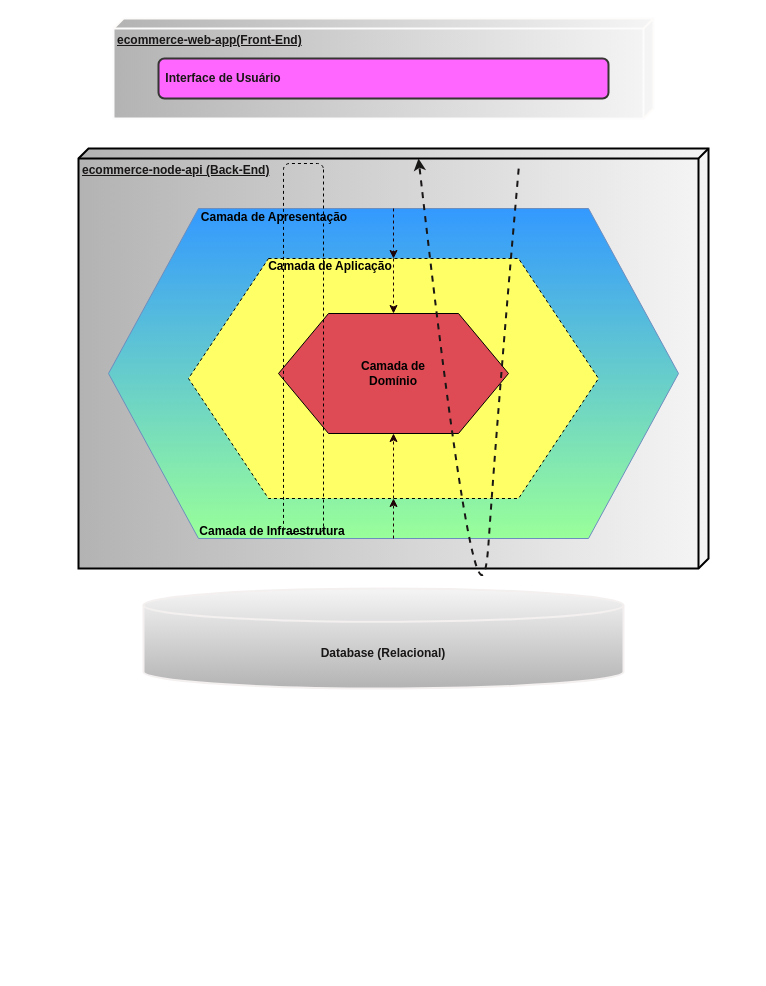
Above: page "Arquitetura Hexagonal" (2 of 2) of requirements/ecommerce-arquitetura.drawio in AdsonVicente/ecommerce-node-api (draw.io), before the change. Source tidied: cells renumbered, new cells numbered last; positions are measured from the earlier drawing's top-left corner, leaving out a move shared by most shapes. Both pictures are drawn from the tidied source at 100%, with x=0, y=0 at pixel (78, 18).
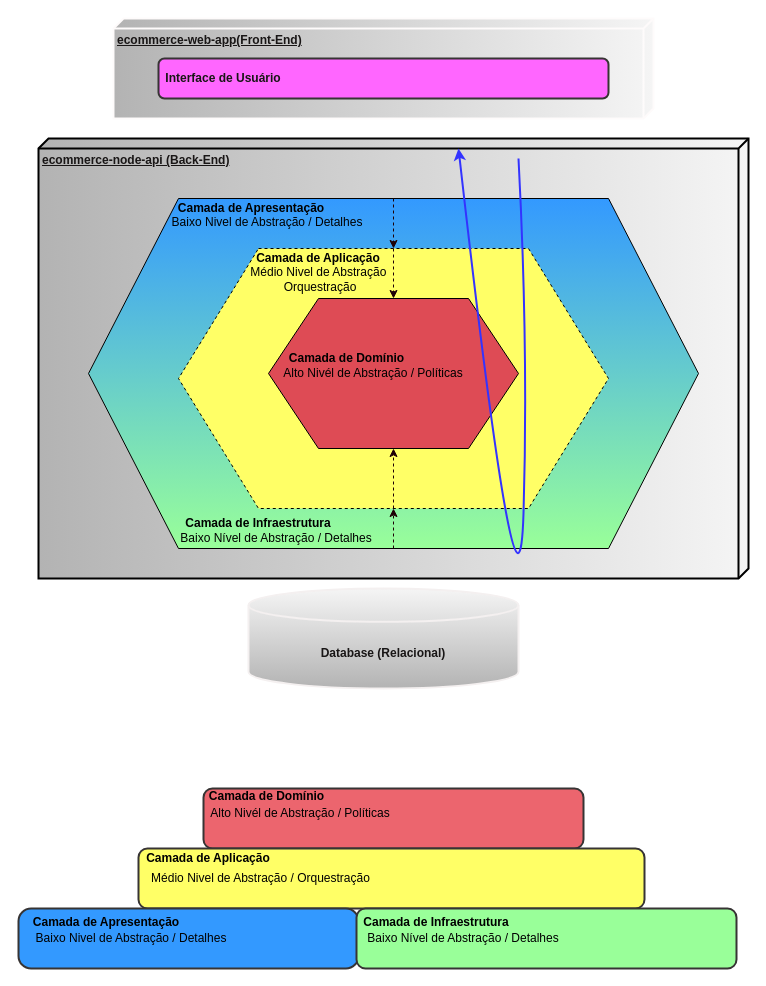
The same page after the edit.

Change to the diagram source:
```diff
@@
     <mxCell id="2" value="ecommerce-node-api (Back-End)" style="verticalAlign=top;align=left;spacingTop=8;spacingLeft=2;spacingRight=12;shape=cube;size=10;direction=south;fontStyle=5;html=1;strokeWidth=2;strokeColor=default;fillColor=#f5f5f5;gradientColor=#b3b3b3;fontColor=#191616;" parent="1" vertex="1">
-      <mxGeometry y="130" width="630" height="420" as="geometry" />
+      <mxGeometry x="-40" y="120" width="710" height="440" as="geometry" />
     </mxCell>
@@
     <mxCell id="4" style="strokeWidth=2;html=1;shape=mxgraph.flowchart.database;whiteSpace=wrap;strokeColor=#f4f0f0;fillColor=#f5f5f5;gradientColor=#b3b3b3;" parent="1" vertex="1">
-      <mxGeometry x="65" y="570" width="480" height="100" as="geometry" />
+      <mxGeometry x="170" y="570" width="270" height="100" as="geometry" />
     </mxCell>
@@
-    <mxCell id="8" style="shape=hexagon;perimeter=hexagonPerimeter2;whiteSpace=wrap;html=1;fixedSize=1;fillColor=#3399FF;size=90;gradientColor=#99FF99;strokeColor=#6c8ebf;" parent="1" vertex="1">
-      <mxGeometry x="30" y="190" width="570" height="330" as="geometry" />
+    <mxCell id="8" style="shape=hexagon;perimeter=hexagonPerimeter2;whiteSpace=wrap;html=1;fixedSize=1;fillColor=#3399FF;size=90;gradientColor=#99FF99;strokeColor=#000000;" parent="1" vertex="1">
+      <mxGeometry x="10" y="180" width="610" height="350" as="geometry" />
     </mxCell>
     <mxCell id="9" style="shape=hexagon;perimeter=hexagonPerimeter2;whiteSpace=wrap;html=1;fixedSize=1;fontColor=#000000;fillColor=#FFFF66;size=80;dashed=1;strokeColor=#000000;" parent="1" vertex="1">
-      <mxGeometry x="110" y="240" width="410" height="240" as="geometry" />
+      <mxGeometry x="100" y="230" width="430" height="260" as="geometry" />
     </mxCell>
-    <mxCell id="10" style="shape=hexagon;perimeter=hexagonPerimeter2;whiteSpace=wrap;html=1;fixedSize=1;fontColor=#000000;fillColor=#DE4B55;size=50;" parent="1" vertex="1">
-      <mxGeometry x="200" y="295" width="230" height="120" as="geometry" />
+    <mxCell id="10" style="shape=hexagon;perimeter=hexagonPerimeter2;whiteSpace=wrap;html=1;fixedSize=1;fontColor=#000000;fillColor=#DE4B55;size=50;strokeColor=#000000;" parent="1" vertex="1">
+      <mxGeometry x="190" y="280" width="250" height="150" as="geometry" />
     </mxCell>
     <mxCell id="11" value="Camada de Domínio" style="text;html=1;strokeColor=none;fillColor=none;align=center;verticalAlign=middle;whiteSpace=wrap;rounded=0;fontColor=#000000;fontStyle=1;" parent="1" vertex="1">
-      <mxGeometry x="270" y="340" width="90" height="30" as="geometry" />
+      <mxGeometry x="197" y="325" width="143" height="30" as="geometry" />
     </mxCell>
     <mxCell id="12" value="Camada de Aplicação" style="text;html=1;strokeColor=none;fillColor=none;align=center;verticalAlign=middle;whiteSpace=wrap;rounded=0;fontColor=#000000;fontStyle=1;" parent="1" vertex="1">
-      <mxGeometry x="187" y="233" width="130" height="30" as="geometry" />
+      <mxGeometry x="175" y="225" width="130" height="30" as="geometry" />
     </mxCell>
     <mxCell id="13" value="Camada de Apresentação" style="text;html=1;strokeColor=none;fillColor=none;align=center;verticalAlign=middle;whiteSpace=wrap;rounded=0;fontColor=#000000;fontStyle=1;" parent="1" vertex="1">
-      <mxGeometry x="116" y="184" width="160" height="30" as="geometry" />
+      <mxGeometry x="93" y="175" width="160" height="30" as="geometry" />
     </mxCell>
     <mxCell id="14" value="Camada de Infraestrutura" style="text;html=1;strokeColor=none;fillColor=none;align=center;verticalAlign=middle;whiteSpace=wrap;rounded=0;fontColor=#000000;fontStyle=1;" parent="1" vertex="1">
-      <mxGeometry x="114" y="498" width="160" height="30" as="geometry" />
+      <mxGeometry x="100" y="490" width="160" height="30" as="geometry" />
     </mxCell>
@@
-    <mxCell id="19" style="curved=1;endArrow=classic;html=1;dashed=1;strokeColor=#191616;strokeWidth=2;fontColor=#191616;exitX=0.024;exitY=0.333;exitDx=0;exitDy=0;exitPerimeter=0;entryX=0;entryY=0;entryDx=0;entryDy=310;entryPerimeter=0;" parent="1" edge="1">
-      <mxGeometry relative="1" as="geometry">
-        <mxPoint x="440.2" y="150.1" as="sourcePoint" />
-        <mxPoint x="340" y="140" as="targetPoint" />
-        <Array as="points">
-          <mxPoint x="420" y="380" />
-          <mxPoint x="400" y="670" />
-        </Array>
-      </mxGeometry>
-    </mxCell>
-    <mxCell id="20" style="rounded=1;whiteSpace=wrap;html=1;dashed=1;strokeColor=#000000;fontColor=#000000;fillColor=none;gradientColor=#99FF99;rotation=90;" parent="1" vertex="1">
-      <mxGeometry x="40" y="310" width="370" height="40" as="geometry" />
-    </mxCell>
+    <mxCell id="21" value="Baixo Nivel de Abstração / Detalhes" style="text;html=1;strokeColor=none;fillColor=none;align=center;verticalAlign=middle;whiteSpace=wrap;rounded=0;fontColor=#000000;" parent="1" vertex="1">
+      <mxGeometry x="84" y="189" width="210" height="30" as="geometry" />
+    </mxCell>
+    <mxCell id="22" value="Médio Nivel de Abstração&amp;nbsp;&lt;br&gt;Orquestração" style="text;html=1;strokeColor=none;fillColor=none;align=center;verticalAlign=middle;whiteSpace=wrap;rounded=0;fontColor=#000000;" parent="1" vertex="1">
+      <mxGeometry x="137" y="246" width="210" height="30" as="geometry" />
+    </mxCell>
+    <mxCell id="23" value="Alto Nivél de Abstração / Políticas" style="text;html=1;strokeColor=none;fillColor=none;align=center;verticalAlign=middle;whiteSpace=wrap;rounded=0;fontColor=#000000;" parent="1" vertex="1">
+      <mxGeometry x="190" y="340" width="210" height="30" as="geometry" />
+    </mxCell>
+    <mxCell id="24" value="Baixo Nível de Abstração / Detalhes" style="text;html=1;strokeColor=none;fillColor=none;align=center;verticalAlign=middle;whiteSpace=wrap;rounded=0;fontColor=#000000;" parent="1" vertex="1">
+      <mxGeometry x="93" y="505" width="210" height="30" as="geometry" />
+    </mxCell>
+    <mxCell id="25" style="rounded=1;whiteSpace=wrap;html=1;strokeColor=#373434;strokeWidth=2;fontColor=#191616;fillColor=#ec656e;" parent="1" vertex="1">
+      <mxGeometry x="125" y="770" width="380" height="60" as="geometry" />
+    </mxCell>
+    <mxCell id="26" style="rounded=1;whiteSpace=wrap;html=1;strokeColor=#373434;strokeWidth=2;fontColor=#191616;fillColor=#FFFF66;" parent="1" vertex="1">
+      <mxGeometry x="60" y="830" width="506" height="60" as="geometry" />
+    </mxCell>
+    <mxCell id="27" style="rounded=1;whiteSpace=wrap;html=1;strokeColor=#373434;strokeWidth=2;fontColor=#191616;fillColor=#3399FF;arcSize=21;" parent="1" vertex="1">
+      <mxGeometry x="-60" y="890" width="340" height="60" as="geometry" />
+    </mxCell>
+    <mxCell id="28" style="rounded=1;whiteSpace=wrap;html=1;strokeColor=#373434;strokeWidth=2;fontColor=#191616;fillColor=#99FF99;" parent="1" vertex="1">
+      <mxGeometry x="278" y="890" width="380" height="60" as="geometry" />
+    </mxCell>
+    <mxCell id="29" value="Alto Nivél de Abstração / Políticas" style="text;html=1;strokeColor=none;fillColor=none;align=center;verticalAlign=middle;whiteSpace=wrap;rounded=0;fontColor=#000000;" parent="1" vertex="1">
+      <mxGeometry x="116.5" y="780" width="210" height="30" as="geometry" />
+    </mxCell>
+    <mxCell id="30" value="Camada de Domínio" style="text;html=1;strokeColor=none;fillColor=none;align=center;verticalAlign=middle;whiteSpace=wrap;rounded=0;fontColor=#000000;fontStyle=1;" parent="1" vertex="1">
+      <mxGeometry x="116.5" y="762.5" width="143" height="30" as="geometry" />
+    </mxCell>
+    <mxCell id="31" value="Camada de Aplicação" style="text;html=1;strokeColor=none;fillColor=none;align=center;verticalAlign=middle;whiteSpace=wrap;rounded=0;fontColor=#000000;fontStyle=1;" parent="1" vertex="1">
+      <mxGeometry x="65" y="825" width="130" height="30" as="geometry" />
+    </mxCell>
+    <mxCell id="32" value="Médio Nivel de Abstração / Orquestração" style="text;html=1;strokeColor=none;fillColor=none;align=center;verticalAlign=middle;whiteSpace=wrap;rounded=0;fontColor=#000000;" parent="1" vertex="1">
+      <mxGeometry x="-40" y="845" width="445" height="30" as="geometry" />
+    </mxCell>
+    <mxCell id="33" value="Baixo Nivel de Abstração / Detalhes" style="text;html=1;strokeColor=none;fillColor=none;align=center;verticalAlign=middle;whiteSpace=wrap;rounded=0;fontColor=#000000;" parent="1" vertex="1">
+      <mxGeometry x="-52" y="905" width="210" height="30" as="geometry" />
+    </mxCell>
+    <mxCell id="34" value="Camada de Apresentação" style="text;html=1;strokeColor=none;fillColor=none;align=center;verticalAlign=middle;whiteSpace=wrap;rounded=0;fontColor=#000000;fontStyle=1;" parent="1" vertex="1">
+      <mxGeometry x="-52" y="888.5" width="160" height="30" as="geometry" />
+    </mxCell>
+    <mxCell id="35" value="Baixo Nível de Abstração / Detalhes" style="text;html=1;strokeColor=none;fillColor=none;align=center;verticalAlign=middle;whiteSpace=wrap;rounded=0;fontColor=#000000;" parent="1" vertex="1">
+      <mxGeometry x="280" y="905" width="210" height="30" as="geometry" />
+    </mxCell>
+    <mxCell id="36" value="Camada de Infraestrutura" style="text;html=1;strokeColor=none;fillColor=none;align=center;verticalAlign=middle;whiteSpace=wrap;rounded=0;fontColor=#000000;fontStyle=1;" parent="1" vertex="1">
+      <mxGeometry x="278" y="888.5" width="160" height="30" as="geometry" />
+    </mxCell>
+    <mxCell id="37" style="curved=1;endArrow=classic;html=1;strokeColor=#3333FF;strokeWidth=2;fontColor=#191616;entryX=0;entryY=0;entryDx=0;entryDy=310;entryPerimeter=0;" parent="1" edge="1">
+      <mxGeometry relative="1" as="geometry">
+        <mxPoint x="440" y="140" as="sourcePoint" />
+        <mxPoint x="380" y="130" as="targetPoint" />
+        <Array as="points">
+          <mxPoint x="450" y="330" />
+          <mxPoint x="440" y="660" />
+        </Array>
+      </mxGeometry>
+    </mxCell>
```
